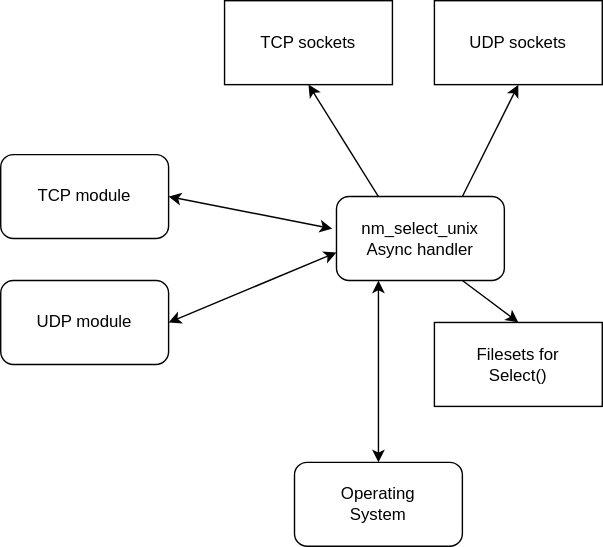
Earlier version of the draw.io export doc/images/udp_tcp_functions_module.svg (nabto/nabto-embedded-sdk). Source tidied: cells renumbered, new cells last; positions are measured from the earlier drawing's top-left corner, leaving out a move shared by most shapes.
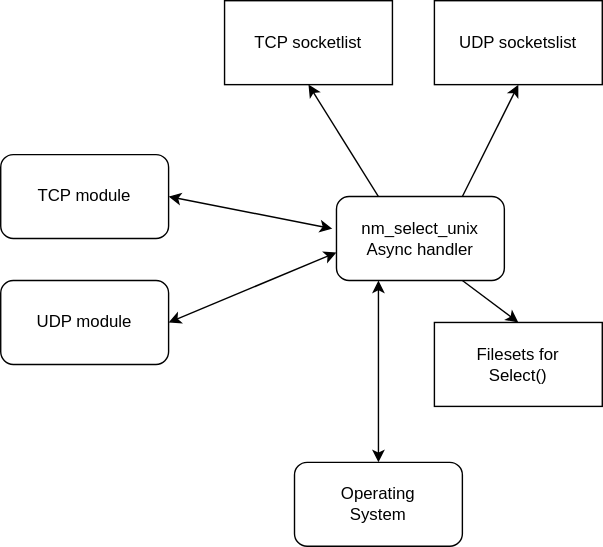
After the commit.

The edit, as a diff of the source:
```diff
@@ -5,10 +5,10 @@
     <mxCell id="2" value="Operating&lt;br&gt;System" style="rounded=1;whiteSpace=wrap;html=1;" parent="1" vertex="1">
       <mxGeometry x="210" y="330" width="120" height="60" as="geometry" />
     </mxCell>
-    <mxCell id="3" value="TCP sockets" style="rounded=0;whiteSpace=wrap;html=1;" parent="1" vertex="1">
+    <mxCell id="3" value="TCP socketlist" style="rounded=0;whiteSpace=wrap;html=1;" parent="1" vertex="1">
       <mxGeometry x="160" width="120" height="60" as="geometry" />
     </mxCell>
-    <mxCell id="4" value="UDP sockets" style="rounded=0;whiteSpace=wrap;html=1;" parent="1" vertex="1">
+    <mxCell id="4" value="UDP socketslist" style="rounded=0;whiteSpace=wrap;html=1;" parent="1" vertex="1">
       <mxGeometry x="310" width="120" height="60" as="geometry" />
     </mxCell>
     <mxCell id="5" value="nm_select_unix&lt;br&gt;Async handler" style="rounded=1;whiteSpace=wrap;html=1;" parent="1" vertex="1">
```
